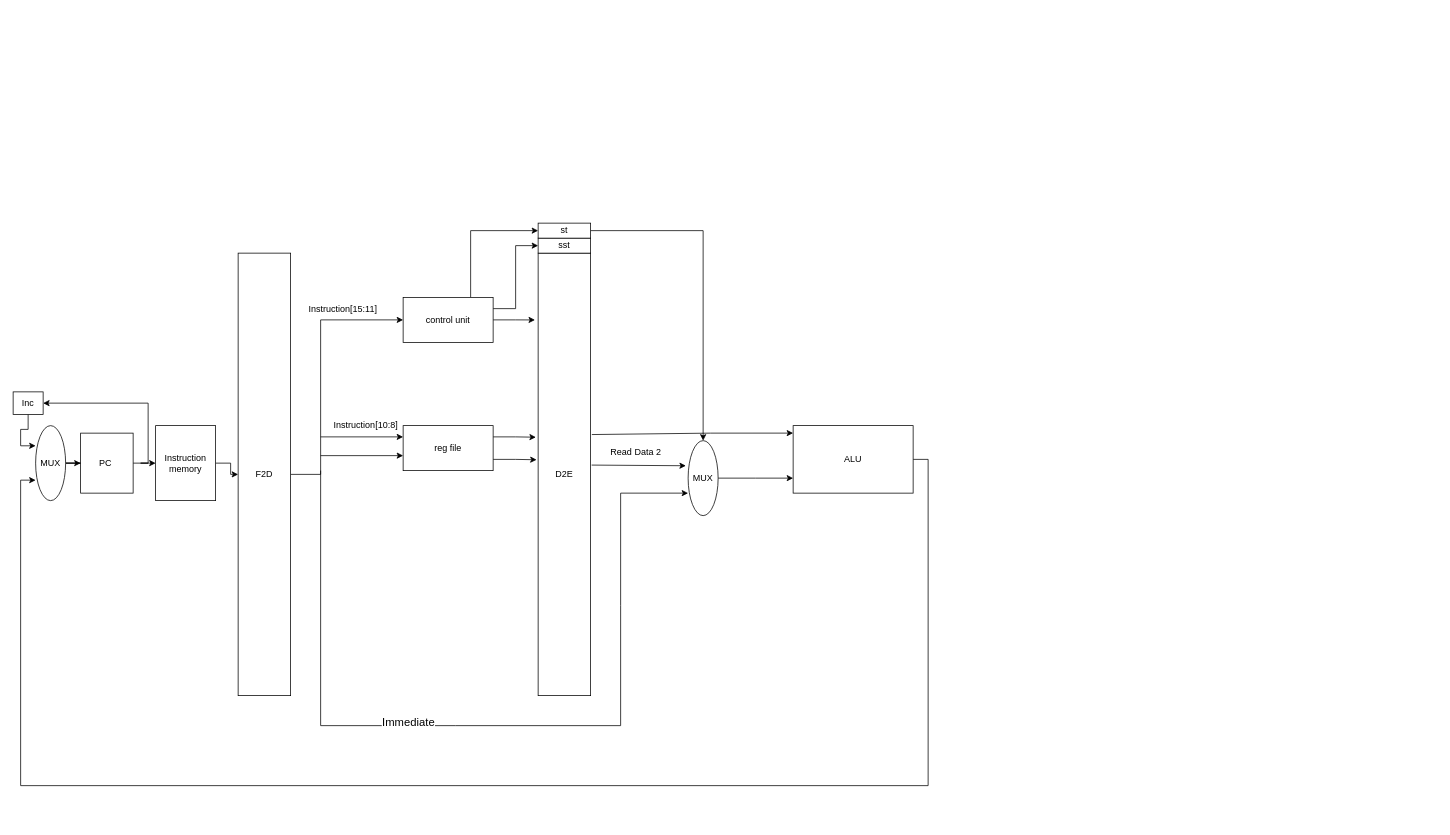
Before: Pipelined Processor.drawio in MoazHassan2022/MZNM-Processor, a draw.io diagram. Source tidied: cells renumbered, new cells numbered last; positions are measured from the earlier drawing's top-left corner, leaving out a move shared by most shapes. Both pictures are drawn from the tidied source at 75%, with x=0, y=0 at pixel (13, 223).
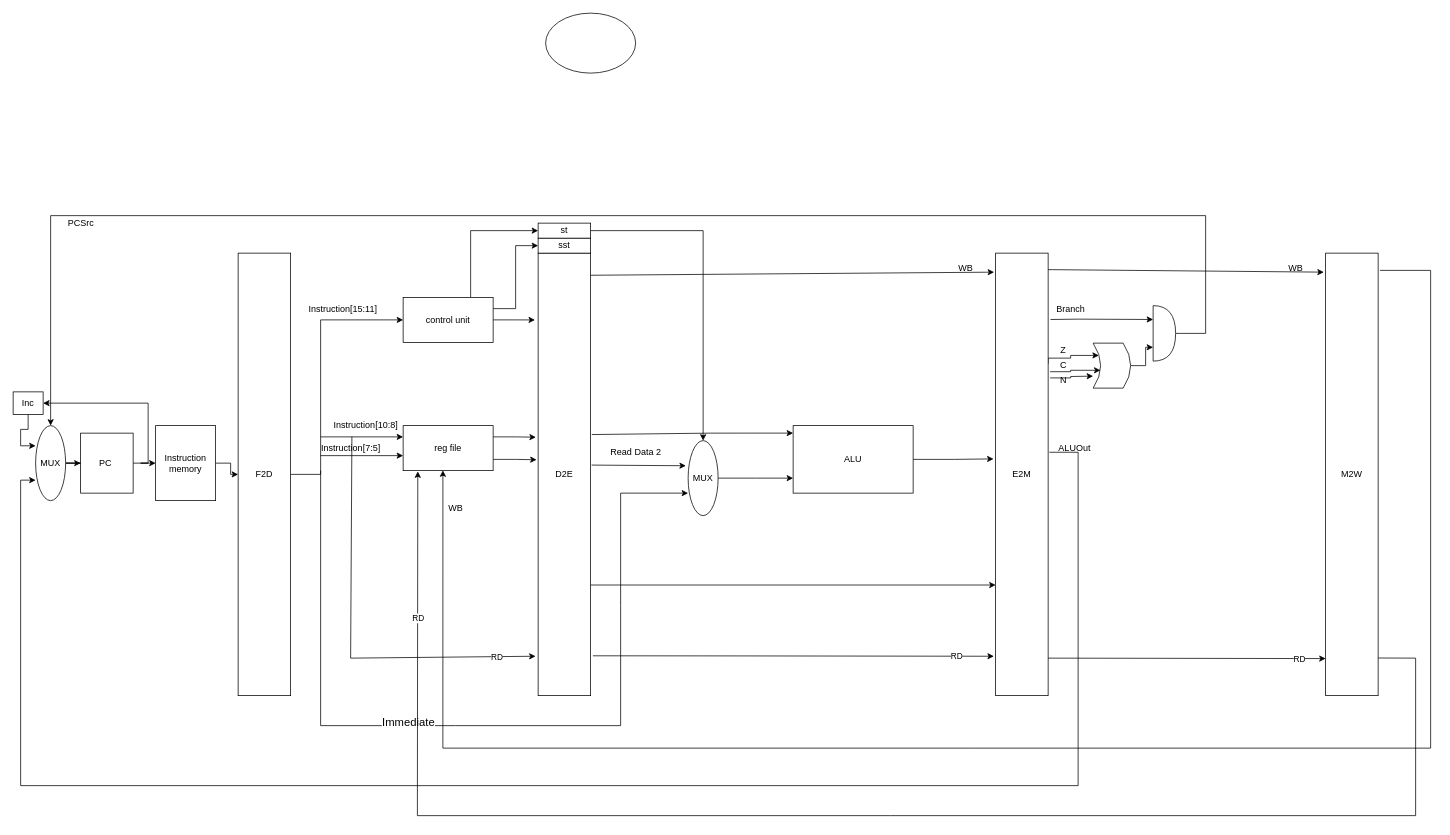
Above is the later version.

Commit message (it also covers changes not shown here):
Finishing Fetch and Decode stages

The change refers to these unchanged cells:
```xml
<mxCell id="14" value="reg file" style="rounded=0;whiteSpace=wrap;html=1;" parent="1" vertex="1">
  <mxGeometry x="520" y="270" width="120" height="60" as="geometry" />
</mxCell>
<mxCell id="19" value="D2E" style="rounded=0;whiteSpace=wrap;html=1;" parent="1" vertex="1">
  <mxGeometry x="700" y="40" width="70" height="590" as="geometry" />
</mxCell>
<mxCell id="24" value="ALU" style="rounded=0;whiteSpace=wrap;html=1;" parent="1" vertex="1">
  <mxGeometry x="1040" y="270" width="160" height="90" as="geometry" />
</mxCell>
<mxCell id="33" value="MUX" style="ellipse;whiteSpace=wrap;html=1;" parent="1" vertex="1">
  <mxGeometry x="30" y="270" width="40" height="100" as="geometry" />
</mxCell>
```

Diff of the diagram source:
```diff
@@
+    <mxCell id="37" style="edgeStyle=orthogonalEdgeStyle;rounded=0;jettySize=auto;html=1;exitX=1;exitY=0.75;exitDx=0;exitDy=0;entryX=0;entryY=0.75;entryDx=0;entryDy=0;" parent="1" edge="1" source="19" target="41">
+      <mxGeometry relative="1" as="geometry" />
+    </mxCell>
@@
-    <mxCell id="23" style="edgeStyle=orthogonalEdgeStyle;rounded=0;jettySize=auto;html=1;exitX=1;exitY=0.5;exitDx=0;exitDy=0;entryX=0;entryY=0.727;entryDx=0;entryDy=0;entryPerimeter=0;fontSize=15;" parent="1" edge="1" source="24" target="33">
+    <mxCell id="23" style="edgeStyle=orthogonalEdgeStyle;rounded=0;jettySize=auto;html=1;exitX=1.023;exitY=0.45;exitDx=0;exitDy=0;entryX=0;entryY=0.727;entryDx=0;entryDy=0;entryPerimeter=0;fontSize=15;exitPerimeter=0;" parent="1" edge="1" source="41" target="33">
       <mxGeometry relative="1" as="geometry">
         <Array as="points">
-          <mxPoint x="1220" y="315" />
-          <mxPoint x="1220" y="750" />
+          <mxPoint x="1420" y="306" />
+          <mxPoint x="1420" y="750" />
           <mxPoint x="10" y="750" />
           <mxPoint x="10" y="343" />
         </Array>
       </mxGeometry>
     </mxCell>
+    <mxCell id="38" style="edgeStyle=orthogonalEdgeStyle;rounded=0;jettySize=auto;html=1;exitX=1;exitY=0.5;exitDx=0;exitDy=0;entryX=-0.04;entryY=0.465;entryDx=0;entryDy=0;entryPerimeter=0;" parent="1" edge="1" source="24" target="41">
+      <mxGeometry relative="1" as="geometry" />
+    </mxCell>
@@
+    <mxCell id="39" value="Instruction[7:5]" style="text;html=1;align=center;verticalAlign=middle;points=[];strokeColor=none;fillColor=none;" parent="1" vertex="1">
+      <mxGeometry x="400" y="285" width="100" height="30" as="geometry" />
+    </mxCell>
+    <mxCell id="40" style="edgeStyle=orthogonalEdgeStyle;rounded=0;jettySize=auto;html=1;exitX=1;exitY=0.25;exitDx=0;exitDy=0;entryX=0.847;entryY=0.727;entryDx=0;entryDy=0;entryPerimeter=0;" parent="1" edge="1" source="41" target="48">
+      <mxGeometry relative="1" as="geometry">
+        <Array as="points">
+          <mxPoint x="1380" y="180" />
+          <mxPoint x="1410" y="180" />
+          <mxPoint x="1410" y="176" />
+        </Array>
+      </mxGeometry>
+    </mxCell>
+    <mxCell id="41" value="E2M" style="rounded=0;whiteSpace=wrap;html=1;" parent="1" vertex="1">
+      <mxGeometry x="1310" y="40" width="70" height="590" as="geometry" />
+    </mxCell>
+    <mxCell id="42" value="ALUOut" style="text;html=1;align=center;verticalAlign=middle;strokeColor=none;fillColor=none;" parent="1" vertex="1">
+      <mxGeometry x="1380" y="285" width="70" height="30" as="geometry" />
+    </mxCell>
+    <mxCell id="43" style="edgeStyle=orthogonalEdgeStyle;rounded=0;jettySize=auto;html=1;entryX=0.5;entryY=0;entryDx=0;entryDy=0;exitX=1;exitY=0.5;exitDx=0;exitDy=0;exitPerimeter=0;" parent="1" edge="1" source="44" target="33">
+      <mxGeometry relative="1" as="geometry">
+        <Array as="points">
+          <mxPoint x="1590" y="147" />
+          <mxPoint x="1590" y="-10" />
+          <mxPoint x="50" y="-10" />
+        </Array>
+      </mxGeometry>
+    </mxCell>
+    <mxCell id="44" style="shape=or;whiteSpace=wrap;html=1;" parent="1" vertex="1">
+      <mxGeometry x="1520" y="110" width="30" height="74" as="geometry" />
+    </mxCell>
+    <mxCell id="45" style="endArrow=classic;html=1;rounded=0;entryX=0;entryY=0.25;entryDx=0;entryDy=0;entryPerimeter=0;exitX=1.046;exitY=0.15;exitDx=0;exitDy=0;exitPerimeter=0;" parent="1" edge="1" source="41" target="44">
+      <mxGeometry relative="1" as="geometry">
+        <Array as="points">
+          <mxPoint x="1420" y="128" />
+        </Array>
+      </mxGeometry>
+    </mxCell>
+    <mxCell id="46" value="Branch" style="text;html=1;align=center;verticalAlign=middle;strokeColor=none;fillColor=none;" parent="1" vertex="1">
+      <mxGeometry x="1380" y="100" width="60" height="30" as="geometry" />
+    </mxCell>
+    <mxCell id="47" style="edgeStyle=orthogonalEdgeStyle;rounded=0;jettySize=auto;html=1;entryX=0;entryY=0.75;entryDx=0;entryDy=0;entryPerimeter=0;" parent="1" edge="1" source="48" target="44">
+      <mxGeometry relative="1" as="geometry" />
+    </mxCell>
+    <mxCell id="48" style="shape=dataStorage;whiteSpace=wrap;html=1;fixedSize=1;direction=west;size=10;" parent="1" vertex="1">
+      <mxGeometry x="1440" y="160" width="50" height="60" as="geometry" />
+    </mxCell>
+    <mxCell id="49" style="edgeStyle=orthogonalEdgeStyle;rounded=0;jettySize=auto;html=1;exitX=1.038;exitY=0.268;exitDx=0;exitDy=0;entryX=0.805;entryY=0.396;entryDx=0;entryDy=0;entryPerimeter=0;exitPerimeter=0;" parent="1" edge="1" source="41" target="48">
+      <mxGeometry relative="1" as="geometry" />
+    </mxCell>
+    <mxCell id="50" style="edgeStyle=orthogonalEdgeStyle;rounded=0;jettySize=auto;html=1;exitX=1.038;exitY=0.282;exitDx=0;exitDy=0;exitPerimeter=0;" parent="1" edge="1" source="41">
+      <mxGeometry relative="1" as="geometry">
+        <mxPoint x="1440" y="204" as="targetPoint" />
+      </mxGeometry>
+    </mxCell>
+    <mxCell id="51" value="Z" style="text;html=1;align=center;verticalAlign=middle;strokeColor=none;fillColor=none;" parent="1" vertex="1">
+      <mxGeometry x="1385" y="155" width="30" height="30" as="geometry" />
+    </mxCell>
+    <mxCell id="52" value="C" style="text;html=1;align=center;verticalAlign=middle;strokeColor=none;fillColor=none;" parent="1" vertex="1">
+      <mxGeometry x="1385" y="175" width="30" height="30" as="geometry" />
+    </mxCell>
+    <mxCell id="53" value="N" style="text;html=1;align=center;verticalAlign=middle;strokeColor=none;fillColor=none;" parent="1" vertex="1">
+      <mxGeometry x="1385" y="195" width="30" height="30" as="geometry" />
+    </mxCell>
+    <mxCell id="54" value="PCSrc" style="text;html=1;align=center;verticalAlign=middle;strokeColor=none;fillColor=none;" parent="1" vertex="1">
+      <mxGeometry x="60" y="-15" width="60" height="30" as="geometry" />
+    </mxCell>
+    <mxCell id="55" value="M2W" style="rounded=0;whiteSpace=wrap;html=1;" parent="1" vertex="1">
+      <mxGeometry x="1750" y="40" width="70" height="590" as="geometry" />
+    </mxCell>
+    <mxCell id="56" style="ellipse;whiteSpace=wrap;html=1;" parent="1" vertex="1">
+      <mxGeometry x="710" y="-280" width="120" height="80" as="geometry" />
+    </mxCell>
+    <mxCell id="57" style="endArrow=classic;html=1;rounded=0;exitX=1.035;exitY=0.039;exitDx=0;exitDy=0;exitPerimeter=0;entryX=0.442;entryY=0.994;entryDx=0;entryDy=0;entryPerimeter=0;" parent="1" edge="1" source="55" target="14">
+      <mxGeometry relative="1" as="geometry">
+        <Array as="points">
+          <mxPoint x="1890" y="63" />
+          <mxPoint x="1890" y="700" />
+          <mxPoint x="1280" y="700" />
+          <mxPoint x="573" y="700" />
+        </Array>
+      </mxGeometry>
+    </mxCell>
+    <mxCell id="58" value="WB" style="text;html=1;align=center;verticalAlign=middle;strokeColor=none;fillColor=none;" parent="1" vertex="1">
+      <mxGeometry x="570" y="365" width="40" height="30" as="geometry" />
+    </mxCell>
+    <mxCell id="59" style="endArrow=classic;html=1;rounded=0;exitX=1;exitY=0.05;exitDx=0;exitDy=0;exitPerimeter=0;entryX=-0.029;entryY=0.043;entryDx=0;entryDy=0;entryPerimeter=0;" parent="1" edge="1" source="19" target="41">
+      <mxGeometry relative="1" as="geometry" />
+    </mxCell>
+    <mxCell id="60" value="WB" style="text;html=1;align=center;verticalAlign=middle;strokeColor=none;fillColor=none;" parent="1" vertex="1">
+      <mxGeometry x="1250" y="45" width="40" height="30" as="geometry" />
+    </mxCell>
+    <mxCell id="61" style="endArrow=classic;html=1;rounded=0;entryX=-0.035;entryY=0.043;entryDx=0;entryDy=0;entryPerimeter=0;" parent="1" edge="1" target="55">
+      <mxGeometry relative="1" as="geometry">
+        <mxPoint x="1380" y="62" as="sourcePoint" />
+      </mxGeometry>
+    </mxCell>
+    <mxCell id="62" value="WB" style="text;html=1;align=center;verticalAlign=middle;strokeColor=none;fillColor=none;" parent="1" vertex="1">
+      <mxGeometry x="1690" y="45" width="40" height="30" as="geometry" />
+    </mxCell>
+    <mxCell id="63" style="endArrow=classic;html=1;rounded=0;entryX=-0.049;entryY=0.911;entryDx=0;entryDy=0;entryPerimeter=0;exitX=0.517;exitY=-0.006;exitDx=0;exitDy=0;exitPerimeter=0;" parent="1" edge="1" source="39" target="19">
+      <mxGeometry relative="1" as="geometry">
+        <Array as="points">
+          <mxPoint x="450" y="580" />
+        </Array>
+      </mxGeometry>
+    </mxCell>
+    <mxCell id="64" value="RD" style="edgeLabel;html=1;align=center;verticalAlign=middle;" parent="63" vertex="1">
+      <mxGeometry x="0.81" relative="1" as="geometry" />
+    </mxCell>
+    <mxCell id="65" style="endArrow=classic;html=1;rounded=0;entryX=-0.033;entryY=0.911;entryDx=0;entryDy=0;entryPerimeter=0;exitX=1.043;exitY=0.91;exitDx=0;exitDy=0;exitPerimeter=0;" parent="1" edge="1" source="19" target="41">
+      <mxGeometry relative="1" as="geometry">
+        <Array as="points">
+          <mxPoint x="920" y="577" />
+        </Array>
+      </mxGeometry>
+    </mxCell>
+    <mxCell id="66" value="RD" style="edgeLabel;html=1;align=center;verticalAlign=middle;" parent="65" vertex="1">
+      <mxGeometry x="0.81" relative="1" as="geometry" />
+    </mxCell>
+    <mxCell id="67" style="endArrow=classic;html=1;rounded=0;entryX=-0.033;entryY=0.911;entryDx=0;entryDy=0;entryPerimeter=0;" parent="1" edge="1">
+      <mxGeometry relative="1" as="geometry">
+        <mxPoint x="1380" y="580" as="sourcePoint" />
+        <mxPoint x="1750" y="580.6" as="targetPoint" />
+      </mxGeometry>
+    </mxCell>
+    <mxCell id="68" value="RD" style="edgeLabel;html=1;align=center;verticalAlign=middle;" parent="67" vertex="1">
+      <mxGeometry x="0.81" relative="1" as="geometry" />
+    </mxCell>
+    <mxCell id="69" style="endArrow=classic;html=1;rounded=0;entryX=0.163;entryY=1.017;entryDx=0;entryDy=0;entryPerimeter=0;exitX=1;exitY=0.915;exitDx=0;exitDy=0;exitPerimeter=0;" parent="1" edge="1" source="55" target="14">
+      <mxGeometry relative="1" as="geometry">
+        <Array as="points">
+          <mxPoint x="1870" y="580" />
+          <mxPoint x="1870" y="790" />
+          <mxPoint x="1170" y="790" />
+          <mxPoint x="539" y="790" />
+        </Array>
+      </mxGeometry>
+    </mxCell>
+    <mxCell id="70" value="RD" style="edgeLabel;html=1;align=center;verticalAlign=middle;" parent="69" vertex="1">
+      <mxGeometry x="0.81" relative="1" as="geometry" />
+    </mxCell>
```
